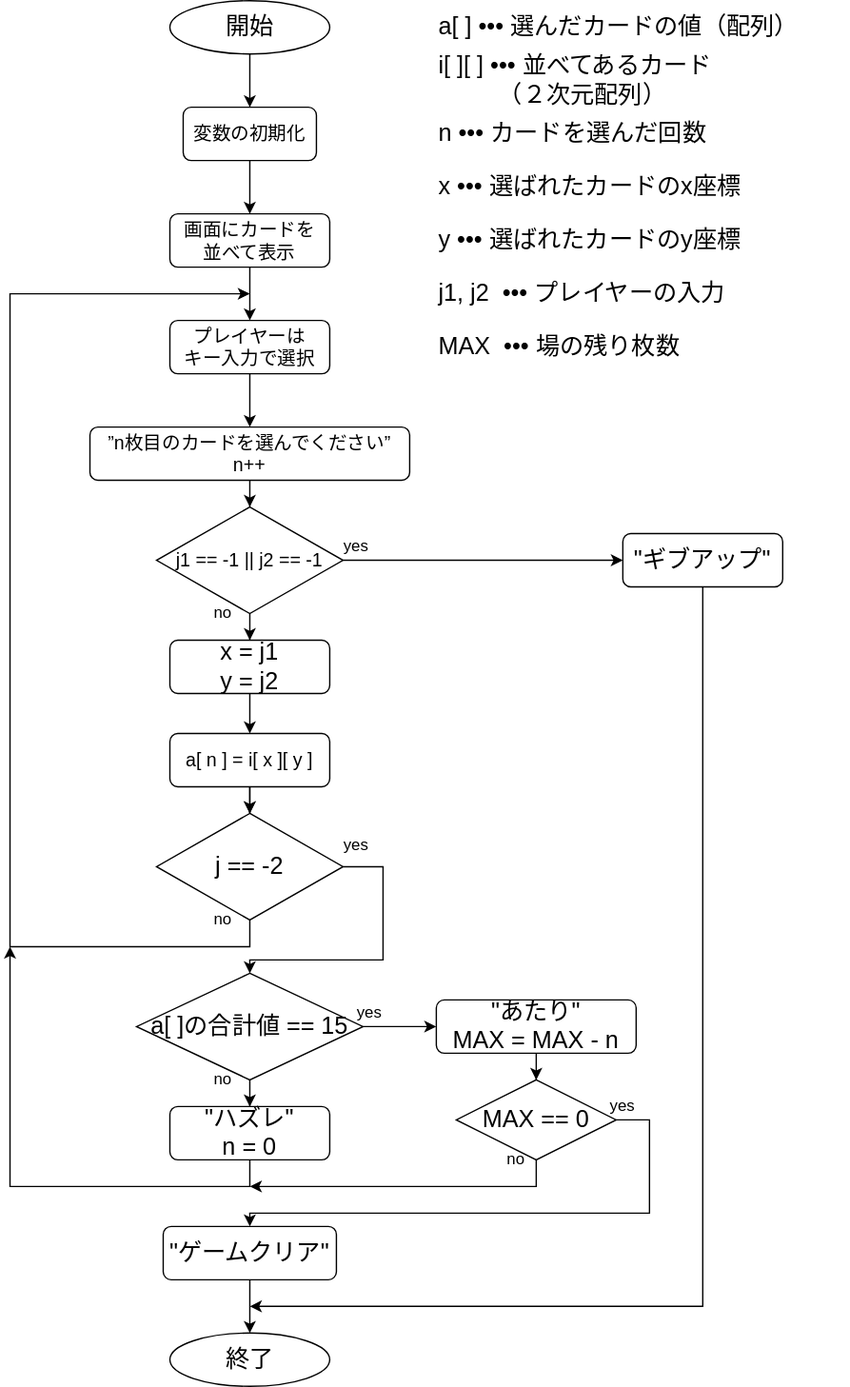
Earlier version of the draw.io export FourLeafClover/四葉のクローバー.svg (tiru1022/testes). Source tidied: cells renumbered, new cells last; positions are measured from the earlier drawing's top-left corner, leaving out a move shared by most shapes. Its diagram source:
```xml
<mxGraphModel>
  <root>
    <mxCell id="0" />
    <mxCell id="1" parent="0" />
    <mxCell id="2" style="edgeStyle=orthogonalEdgeStyle;rounded=0;jettySize=auto;html=1;" parent="1" edge="1" source="3" target="5">
      <mxGeometry relative="1" as="geometry" />
    </mxCell>
    <mxCell id="3" value="&lt;font style=&quot;font-size: 14px&quot;&gt;画面にカードを&lt;br&gt;並べて表示&lt;/font&gt;" style="rounded=1;whiteSpace=wrap;html=1;fontSize=12;glass=0;strokeWidth=1;shadow=0;" parent="1" vertex="1">
      <mxGeometry x="120" y="160" width="120" height="40" as="geometry" />
    </mxCell>
    <mxCell id="4" style="edgeStyle=orthogonalEdgeStyle;rounded=0;jettySize=auto;html=1;" parent="1" edge="1" source="5" target="7">
      <mxGeometry relative="1" as="geometry" />
    </mxCell>
    <mxCell id="5" value="&lt;span style=&quot;font-size: 14px&quot;&gt;プレイヤーは&lt;br&gt;キー入力で選択&lt;/span&gt;" style="rounded=1;whiteSpace=wrap;html=1;fontSize=12;glass=0;strokeWidth=1;shadow=0;" parent="1" vertex="1">
      <mxGeometry x="120" y="240" width="120" height="40" as="geometry" />
    </mxCell>
    <mxCell id="6" style="edgeStyle=orthogonalEdgeStyle;rounded=0;jettySize=auto;html=1;" parent="1" edge="1" source="7" target="22">
      <mxGeometry relative="1" as="geometry" />
    </mxCell>
    <mxCell id="7" value="&lt;span style=&quot;font-size: 14px&quot;&gt;”n枚目のカードを選んでください”&lt;br&gt;n++&lt;br&gt;&lt;/span&gt;" style="rounded=1;whiteSpace=wrap;html=1;fontSize=12;glass=0;strokeWidth=1;shadow=0;" parent="1" vertex="1">
      <mxGeometry x="60" y="320" width="240" height="40" as="geometry" />
    </mxCell>
    <mxCell id="8" style="edgeStyle=orthogonalEdgeStyle;rounded=0;jettySize=auto;html=1;entryX=0.5;entryY=0;entryDx=0;entryDy=0;" parent="1" edge="1" source="10" target="25">
      <mxGeometry relative="1" as="geometry" />
    </mxCell>
    <mxCell id="9" style="edgeStyle=orthogonalEdgeStyle;rounded=0;jettySize=auto;html=1;" parent="1" edge="1" source="10" target="25">
      <mxGeometry relative="1" as="geometry" />
    </mxCell>
    <mxCell id="10" value="&lt;span style=&quot;font-size: 14px&quot;&gt;a[ n ] = i[ x ][ y ]&lt;/span&gt;" style="rounded=1;whiteSpace=wrap;html=1;fontSize=12;glass=0;strokeWidth=1;shadow=0;" parent="1" vertex="1">
      <mxGeometry x="120" y="550" width="120" height="40" as="geometry" />
    </mxCell>
    <mxCell id="11" style="edgeStyle=orthogonalEdgeStyle;rounded=0;jettySize=auto;html=1;" parent="1" edge="1" source="12" target="17">
      <mxGeometry relative="1" as="geometry">
        <Array as="points">
          <mxPoint x="180" y="70" />
          <mxPoint x="180" y="70" />
        </Array>
      </mxGeometry>
    </mxCell>
    <mxCell id="12" value="&lt;font style=&quot;font-size: 18px&quot;&gt;開始&lt;/font&gt;" style="ellipse;whiteSpace=wrap;html=1;" parent="1" vertex="1">
      <mxGeometry x="120" width="120" height="40" as="geometry" />
    </mxCell>
    <mxCell id="13" value="&lt;font style=&quot;font-size: 18px&quot;&gt;a[ ] ••• 選んだカードの値（配列）&lt;/font&gt;" style="text;html=1;strokeColor=none;fillColor=none;align=left;verticalAlign=middle;whiteSpace=wrap;rounded=0;" parent="1" vertex="1">
      <mxGeometry x="320" width="310" height="40" as="geometry" />
    </mxCell>
    <mxCell id="14" value="&lt;font style=&quot;font-size: 18px&quot;&gt;i[ ][ ] ••• 並べてあるカード&lt;br&gt;　　　（２次元配列）&lt;/font&gt;" style="text;html=1;strokeColor=none;fillColor=none;align=left;verticalAlign=middle;whiteSpace=wrap;rounded=0;" parent="1" vertex="1">
      <mxGeometry x="320" y="40" width="310" height="40" as="geometry" />
    </mxCell>
    <mxCell id="15" value="&lt;font style=&quot;font-size: 18px&quot;&gt;n ••• カードを選んだ回数&lt;br&gt;&lt;/font&gt;" style="text;html=1;strokeColor=none;fillColor=none;align=left;verticalAlign=middle;whiteSpace=wrap;rounded=0;" parent="1" vertex="1">
      <mxGeometry x="320" y="80" width="310" height="40" as="geometry" />
    </mxCell>
    <mxCell id="16" style="edgeStyle=orthogonalEdgeStyle;rounded=0;jettySize=auto;html=1;" parent="1" edge="1" source="17" target="3">
      <mxGeometry relative="1" as="geometry" />
    </mxCell>
    <mxCell id="17" value="&lt;font style=&quot;font-size: 14px&quot;&gt;変数の初期化&lt;/font&gt;" style="rounded=1;whiteSpace=wrap;html=1;" parent="1" vertex="1">
      <mxGeometry x="130" y="80" width="100" height="40" as="geometry" />
    </mxCell>
    <mxCell id="18" value="&lt;font style=&quot;font-size: 18px&quot;&gt;x ••• 選ばれたカードのx座標&lt;br&gt;&lt;/font&gt;" style="text;html=1;strokeColor=none;fillColor=none;align=left;verticalAlign=middle;whiteSpace=wrap;rounded=0;" parent="1" vertex="1">
      <mxGeometry x="320" y="120" width="310" height="40" as="geometry" />
    </mxCell>
    <mxCell id="19" value="&lt;font style=&quot;font-size: 18px&quot;&gt;y ••• 選ばれたカードのy座標&lt;br&gt;&lt;/font&gt;" style="text;html=1;strokeColor=none;fillColor=none;align=left;verticalAlign=middle;whiteSpace=wrap;rounded=0;" parent="1" vertex="1">
      <mxGeometry x="320" y="160" width="310" height="40" as="geometry" />
    </mxCell>
    <mxCell id="20" style="edgeStyle=orthogonalEdgeStyle;rounded=0;jettySize=auto;html=1;" parent="1" edge="1" source="22" target="51">
      <mxGeometry relative="1" as="geometry">
        <Array as="points">
          <mxPoint x="520" y="420" />
        </Array>
      </mxGeometry>
    </mxCell>
    <mxCell id="21" style="edgeStyle=orthogonalEdgeStyle;rounded=0;jettySize=auto;html=1;entryX=0.5;entryY=0;entryDx=0;entryDy=0;" parent="1" edge="1" source="22" target="39">
      <mxGeometry relative="1" as="geometry" />
    </mxCell>
    <mxCell id="22" value="&lt;font style=&quot;font-size: 14px&quot;&gt;j1 == -1 || j2 == -1&lt;/font&gt;" style="rhombus;whiteSpace=wrap;html=1;" parent="1" vertex="1">
      <mxGeometry x="110" y="380" width="140" height="80" as="geometry" />
    </mxCell>
    <mxCell id="23" value="&lt;font style=&quot;font-size: 18px&quot;&gt;j1, j2&amp;nbsp; ••• プレイヤーの入力&lt;br&gt;&lt;/font&gt;" style="text;html=1;strokeColor=none;fillColor=none;align=left;verticalAlign=middle;whiteSpace=wrap;rounded=0;" parent="1" vertex="1">
      <mxGeometry x="320" y="200" width="310" height="40" as="geometry" />
    </mxCell>
    <mxCell id="24" style="edgeStyle=orthogonalEdgeStyle;rounded=0;jettySize=auto;html=1;entryX=0.5;entryY=0;entryDx=0;entryDy=0;" parent="1" edge="1" source="25" target="29">
      <mxGeometry relative="1" as="geometry">
        <Array as="points">
          <mxPoint x="280" y="650" />
          <mxPoint x="280" y="720" />
          <mxPoint x="180" y="720" />
        </Array>
      </mxGeometry>
    </mxCell>
    <mxCell id="25" value="&lt;font style=&quot;font-size: 18px&quot;&gt;j == -2&lt;/font&gt;" style="rhombus;whiteSpace=wrap;html=1;" parent="1" vertex="1">
      <mxGeometry x="110" y="610" width="140" height="80" as="geometry" />
    </mxCell>
    <mxCell id="26" style="edgeStyle=orthogonalEdgeStyle;rounded=0;jettySize=auto;html=1;" parent="1" edge="1" source="25">
      <mxGeometry relative="1" as="geometry">
        <mxPoint x="180" y="220" as="targetPoint" />
        <Array as="points">
          <mxPoint x="180" y="710" />
          <mxPoint y="710" />
          <mxPoint y="220" />
        </Array>
      </mxGeometry>
    </mxCell>
    <mxCell id="27" style="edgeStyle=orthogonalEdgeStyle;rounded=0;jettySize=auto;html=1;" parent="1" edge="1" source="29" target="37">
      <mxGeometry relative="1" as="geometry" />
    </mxCell>
    <mxCell id="28" style="edgeStyle=orthogonalEdgeStyle;rounded=0;jettySize=auto;html=1;" parent="1" edge="1" source="29" target="41">
      <mxGeometry relative="1" as="geometry" />
    </mxCell>
    <mxCell id="29" value="&lt;font style=&quot;font-size: 18px&quot;&gt;a[ ]の合計値 == 15&lt;/font&gt;" style="rhombus;whiteSpace=wrap;html=1;" parent="1" vertex="1">
      <mxGeometry x="95" y="730" width="170" height="80" as="geometry" />
    </mxCell>
    <mxCell id="30" value="yes" style="text;html=1;strokeColor=none;fillColor=none;align=center;verticalAlign=middle;whiteSpace=wrap;rounded=0;" parent="1" vertex="1">
      <mxGeometry x="240" y="400" width="40" height="20" as="geometry" />
    </mxCell>
    <mxCell id="31" value="no" style="text;html=1;strokeColor=none;fillColor=none;align=center;verticalAlign=middle;whiteSpace=wrap;rounded=0;" parent="1" vertex="1">
      <mxGeometry x="140" y="450" width="40" height="20" as="geometry" />
    </mxCell>
    <mxCell id="32" value="yes" style="text;html=1;strokeColor=none;fillColor=none;align=center;verticalAlign=middle;whiteSpace=wrap;rounded=0;" parent="1" vertex="1">
      <mxGeometry x="240" y="624" width="40" height="20" as="geometry" />
    </mxCell>
    <mxCell id="33" value="no" style="text;html=1;strokeColor=none;fillColor=none;align=center;verticalAlign=middle;whiteSpace=wrap;rounded=0;" parent="1" vertex="1">
      <mxGeometry x="140" y="680" width="40" height="20" as="geometry" />
    </mxCell>
    <mxCell id="34" value="no" style="text;html=1;strokeColor=none;fillColor=none;align=center;verticalAlign=middle;whiteSpace=wrap;rounded=0;" parent="1" vertex="1">
      <mxGeometry x="140" y="800" width="40" height="20" as="geometry" />
    </mxCell>
    <mxCell id="35" value="yes" style="text;html=1;strokeColor=none;fillColor=none;align=center;verticalAlign=middle;whiteSpace=wrap;rounded=0;" parent="1" vertex="1">
      <mxGeometry x="250" y="750" width="40" height="20" as="geometry" />
    </mxCell>
    <mxCell id="36" style="edgeStyle=orthogonalEdgeStyle;rounded=0;jettySize=auto;html=1;" parent="1" edge="1" source="37">
      <mxGeometry relative="1" as="geometry">
        <mxPoint y="710" as="targetPoint" />
        <Array as="points">
          <mxPoint x="180" y="890" />
        </Array>
      </mxGeometry>
    </mxCell>
    <mxCell id="37" value="&lt;font style=&quot;font-size: 18px&quot;&gt;&quot;ハズレ&quot;&lt;br&gt;n = 0&lt;br&gt;&lt;/font&gt;" style="rounded=1;whiteSpace=wrap;html=1;" parent="1" vertex="1">
      <mxGeometry x="120" y="830" width="120" height="40" as="geometry" />
    </mxCell>
    <mxCell id="38" style="edgeStyle=orthogonalEdgeStyle;rounded=0;jettySize=auto;html=1;" parent="1" edge="1" source="39" target="10">
      <mxGeometry relative="1" as="geometry" />
    </mxCell>
    <mxCell id="39" value="&lt;font style=&quot;font-size: 18px&quot;&gt;x = j1&lt;br&gt;y = j2&lt;/font&gt;" style="rounded=1;whiteSpace=wrap;html=1;" parent="1" vertex="1">
      <mxGeometry x="120" y="480" width="120" height="40" as="geometry" />
    </mxCell>
    <mxCell id="40" style="edgeStyle=orthogonalEdgeStyle;rounded=0;jettySize=auto;html=1;" parent="1" edge="1" source="41" target="44">
      <mxGeometry relative="1" as="geometry" />
    </mxCell>
    <mxCell id="41" value="&lt;font style=&quot;font-size: 18px&quot;&gt;&quot;あたり&quot;&lt;br&gt;MAX = MAX - n&lt;br&gt;&lt;/font&gt;" style="rounded=1;whiteSpace=wrap;html=1;" parent="1" vertex="1">
      <mxGeometry x="320" y="750" width="150" height="40" as="geometry" />
    </mxCell>
    <mxCell id="42" style="edgeStyle=orthogonalEdgeStyle;rounded=0;jettySize=auto;html=1;" parent="1" edge="1" source="44">
      <mxGeometry relative="1" as="geometry">
        <mxPoint x="180" y="890" as="targetPoint" />
        <Array as="points">
          <mxPoint x="395" y="890" />
        </Array>
      </mxGeometry>
    </mxCell>
    <mxCell id="43" style="edgeStyle=orthogonalEdgeStyle;rounded=0;jettySize=auto;html=1;" parent="1" edge="1" source="44" target="49">
      <mxGeometry relative="1" as="geometry">
        <Array as="points">
          <mxPoint x="480" y="840" />
          <mxPoint x="480" y="910" />
        </Array>
      </mxGeometry>
    </mxCell>
    <mxCell id="44" value="&lt;font style=&quot;font-size: 18px&quot;&gt;MAX == 0&lt;/font&gt;" style="rhombus;whiteSpace=wrap;html=1;" parent="1" vertex="1">
      <mxGeometry x="335" y="810" width="120" height="60" as="geometry" />
    </mxCell>
    <mxCell id="45" value="&lt;font style=&quot;font-size: 18px&quot;&gt;MAX&amp;nbsp; ••• 場の残り枚数&lt;br&gt;&lt;/font&gt;" style="text;html=1;strokeColor=none;fillColor=none;align=left;verticalAlign=middle;whiteSpace=wrap;rounded=0;" parent="1" vertex="1">
      <mxGeometry x="320" y="240" width="310" height="40" as="geometry" />
    </mxCell>
    <mxCell id="46" value="no" style="text;html=1;strokeColor=none;fillColor=none;align=center;verticalAlign=middle;whiteSpace=wrap;rounded=0;" parent="1" vertex="1">
      <mxGeometry x="360" y="860" width="40" height="20" as="geometry" />
    </mxCell>
    <mxCell id="47" value="yes" style="text;html=1;strokeColor=none;fillColor=none;align=center;verticalAlign=middle;whiteSpace=wrap;rounded=0;" parent="1" vertex="1">
      <mxGeometry x="440" y="820" width="40" height="20" as="geometry" />
    </mxCell>
    <mxCell id="48" style="edgeStyle=orthogonalEdgeStyle;rounded=0;jettySize=auto;html=1;" parent="1" edge="1" source="49" target="52">
      <mxGeometry relative="1" as="geometry" />
    </mxCell>
    <mxCell id="49" value="&lt;font style=&quot;font-size: 18px&quot;&gt;&quot;ゲームクリア&quot;&lt;/font&gt;" style="rounded=1;whiteSpace=wrap;html=1;" parent="1" vertex="1">
      <mxGeometry x="115" y="920" width="130" height="40" as="geometry" />
    </mxCell>
    <mxCell id="50" style="edgeStyle=orthogonalEdgeStyle;rounded=0;jettySize=auto;html=1;" parent="1" edge="1" source="51">
      <mxGeometry relative="1" as="geometry">
        <mxPoint x="180" y="980" as="targetPoint" />
        <Array as="points">
          <mxPoint x="520" y="980" />
        </Array>
      </mxGeometry>
    </mxCell>
    <mxCell id="51" value="&lt;font style=&quot;font-size: 18px&quot;&gt;&quot;ギブアップ&quot;&lt;/font&gt;" style="rounded=1;whiteSpace=wrap;html=1;" parent="1" vertex="1">
      <mxGeometry x="460" y="400" width="120" height="40" as="geometry" />
    </mxCell>
    <mxCell id="52" value="&lt;font style=&quot;font-size: 18px&quot;&gt;終了&lt;/font&gt;" style="ellipse;whiteSpace=wrap;html=1;" parent="1" vertex="1">
      <mxGeometry x="120" y="1000" width="120" height="40" as="geometry" />
    </mxCell>
  </root>
</mxGraphModel>
```
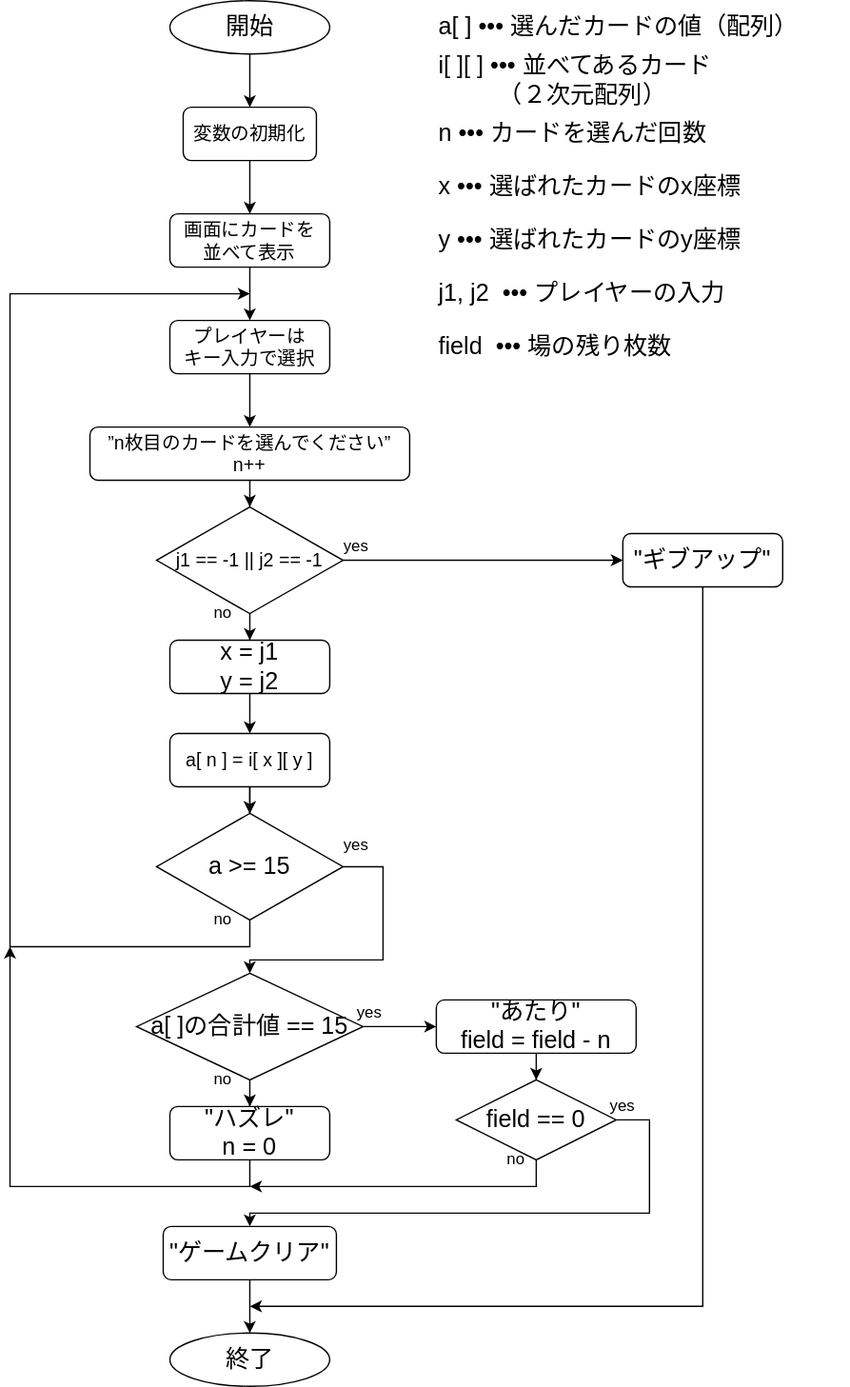
After the change.

Commit message:
フローチャート変更

What changed in the source:
```diff
@@ -86,7 +86,7 @@
         </Array>
       </mxGeometry>
     </mxCell>
-    <mxCell id="25" value="&lt;font style=&quot;font-size: 18px&quot;&gt;j == -2&lt;/font&gt;" style="rhombus;whiteSpace=wrap;html=1;" parent="1" vertex="1">
+    <mxCell id="25" value="&lt;font style=&quot;font-size: 18px&quot;&gt;a &amp;gt;= 15&lt;/font&gt;" style="rhombus;whiteSpace=wrap;html=1;" parent="1" vertex="1">
       <mxGeometry x="110" y="610" width="140" height="80" as="geometry" />
     </mxCell>
     <mxCell id="26" style="edgeStyle=orthogonalEdgeStyle;rounded=0;jettySize=auto;html=1;" parent="1" edge="1" source="25">
@@ -146,7 +146,7 @@
     <mxCell id="40" style="edgeStyle=orthogonalEdgeStyle;rounded=0;jettySize=auto;html=1;" parent="1" edge="1" source="41" target="44">
       <mxGeometry relative="1" as="geometry" />
     </mxCell>
-    <mxCell id="41" value="&lt;font style=&quot;font-size: 18px&quot;&gt;&quot;あたり&quot;&lt;br&gt;MAX = MAX - n&lt;br&gt;&lt;/font&gt;" style="rounded=1;whiteSpace=wrap;html=1;" parent="1" vertex="1">
+    <mxCell id="41" value="&lt;font style=&quot;font-size: 18px&quot;&gt;&quot;あたり&quot;&lt;br&gt;field = field - n&lt;br&gt;&lt;/font&gt;" style="rounded=1;whiteSpace=wrap;html=1;" parent="1" vertex="1">
       <mxGeometry x="320" y="750" width="150" height="40" as="geometry" />
     </mxCell>
     <mxCell id="42" style="edgeStyle=orthogonalEdgeStyle;rounded=0;jettySize=auto;html=1;" parent="1" edge="1" source="44">
@@ -165,10 +165,10 @@
         </Array>
       </mxGeometry>
     </mxCell>
-    <mxCell id="44" value="&lt;font style=&quot;font-size: 18px&quot;&gt;MAX == 0&lt;/font&gt;" style="rhombus;whiteSpace=wrap;html=1;" parent="1" vertex="1">
+    <mxCell id="44" value="&lt;font style=&quot;font-size: 18px&quot;&gt;field == 0&lt;/font&gt;" style="rhombus;whiteSpace=wrap;html=1;" parent="1" vertex="1">
       <mxGeometry x="335" y="810" width="120" height="60" as="geometry" />
     </mxCell>
-    <mxCell id="45" value="&lt;font style=&quot;font-size: 18px&quot;&gt;MAX&amp;nbsp; ••• 場の残り枚数&lt;br&gt;&lt;/font&gt;" style="text;html=1;strokeColor=none;fillColor=none;align=left;verticalAlign=middle;whiteSpace=wrap;rounded=0;" parent="1" vertex="1">
+    <mxCell id="45" value="&lt;font style=&quot;font-size: 18px&quot;&gt;field&amp;nbsp; ••• 場の残り枚数&lt;br&gt;&lt;/font&gt;" style="text;html=1;strokeColor=none;fillColor=none;align=left;verticalAlign=middle;whiteSpace=wrap;rounded=0;" parent="1" vertex="1">
       <mxGeometry x="320" y="240" width="310" height="40" as="geometry" />
     </mxCell>
     <mxCell id="46" value="no" style="text;html=1;strokeColor=none;fillColor=none;align=center;verticalAlign=middle;whiteSpace=wrap;rounded=0;" parent="1" vertex="1">
```
